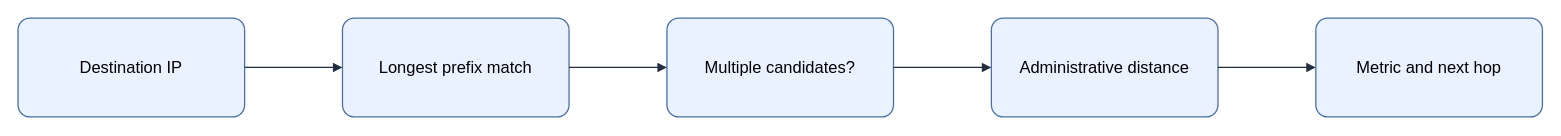
This is assets/img/network/route-selection-order.drawio from KKamJi98/kkamji98.github.io, a draw.io file, before an edit. Source tidied: cells renumbered, new cells numbered last; positions are measured from the earlier drawing's top-left corner, leaving out a move shared by most shapes. Both pictures are drawn from the tidied source at 103%, with x=0, y=0 at pixel (18, 18).
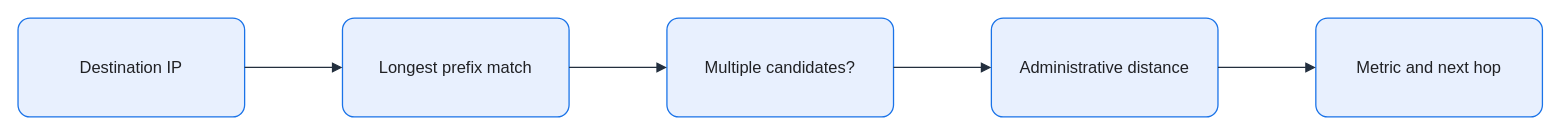
Above is the later version.

The edit, as a diff of the source:
```diff
@@
 <mxGraphModel background="#FFFFFF">
   <root>
     <mxCell id="0" />
     <mxCell id="1" parent="0" />
-    <mxCell id="2" value="Destination IP" style="rounded=1;arcSize=12;whiteSpace=wrap;html=0;fillColor=#EAF2FF;strokeColor=#4A6FA5;strokeWidth=1.25;fontColor=#000000;fontSize=16;align=center;verticalAlign=middle;spacing=8;shadow=0;" parent="1" vertex="1">
+    <mxCell id="2" value="Destination IP" style="rounded=1;arcSize=12;whiteSpace=wrap;html=0;fillColor=#E8F0FE;strokeColor=#1A73E8;strokeWidth=1.25;fontColor=#202124;fontSize=16;align=center;verticalAlign=middle;spacing=8;shadow=0;" parent="1" vertex="1">
       <mxGeometry width="220" height="96" as="geometry" />
     </mxCell>
-    <mxCell id="3" value="Longest prefix match" style="rounded=1;arcSize=12;whiteSpace=wrap;html=0;fillColor=#EAF2FF;strokeColor=#4A6FA5;strokeWidth=1.25;fontColor=#000000;fontSize=16;align=center;verticalAlign=middle;spacing=8;shadow=0;" parent="1" vertex="1">
+    <mxCell id="3" value="Longest prefix match" style="rounded=1;arcSize=12;whiteSpace=wrap;html=0;fillColor=#E8F0FE;strokeColor=#1A73E8;strokeWidth=1.25;fontColor=#202124;fontSize=16;align=center;verticalAlign=middle;spacing=8;shadow=0;" parent="1" vertex="1">
       <mxGeometry x="315" width="220" height="96" as="geometry" />
     </mxCell>
-    <mxCell id="4" value="Multiple candidates?" style="rounded=1;arcSize=12;whiteSpace=wrap;html=0;fillColor=#EAF2FF;strokeColor=#4A6FA5;strokeWidth=1.25;fontColor=#000000;fontSize=16;align=center;verticalAlign=middle;spacing=8;shadow=0;" parent="1" vertex="1">
+    <mxCell id="4" value="Multiple candidates?" style="rounded=1;arcSize=12;whiteSpace=wrap;html=0;fillColor=#E8F0FE;strokeColor=#1A73E8;strokeWidth=1.25;fontColor=#202124;fontSize=16;align=center;verticalAlign=middle;spacing=8;shadow=0;" parent="1" vertex="1">
       <mxGeometry x="630" width="220" height="96" as="geometry" />
     </mxCell>
-    <mxCell id="5" value="Administrative distance" style="rounded=1;arcSize=12;whiteSpace=wrap;html=0;fillColor=#EAF2FF;strokeColor=#4A6FA5;strokeWidth=1.25;fontColor=#000000;fontSize=16;align=center;verticalAlign=middle;spacing=8;shadow=0;" parent="1" vertex="1">
+    <mxCell id="5" value="Administrative distance" style="rounded=1;arcSize=12;whiteSpace=wrap;html=0;fillColor=#E8F0FE;strokeColor=#1A73E8;strokeWidth=1.25;fontColor=#202124;fontSize=16;align=center;verticalAlign=middle;spacing=8;shadow=0;" parent="1" vertex="1">
       <mxGeometry x="945" width="220" height="96" as="geometry" />
     </mxCell>
-    <mxCell id="6" value="Metric and next hop" style="rounded=1;arcSize=12;whiteSpace=wrap;html=0;fillColor=#EAF2FF;strokeColor=#4A6FA5;strokeWidth=1.25;fontColor=#000000;fontSize=16;align=center;verticalAlign=middle;spacing=8;shadow=0;" parent="1" vertex="1">
+    <mxCell id="6" value="Metric and next hop" style="rounded=1;arcSize=12;whiteSpace=wrap;html=0;fillColor=#E8F0FE;strokeColor=#1A73E8;strokeWidth=1.25;fontColor=#202124;fontSize=16;align=center;verticalAlign=middle;spacing=8;shadow=0;" parent="1" vertex="1">
       <mxGeometry x="1260" width="220" height="96" as="geometry" />
     </mxCell>
-    <mxCell id="7" style="edgeStyle=orthogonalEdgeStyle;rounded=0;jettySize=auto;html=0;endArrow=block;endFill=1;strokeColor=#232F3E;strokeWidth=1.25;fontColor=#000000;labelBackgroundColor=none;exitX=1;exitY=0.5;exitDx=0;exitDy=0;entryX=0;entryY=0.5;entryDx=0;entryDy=0;" parent="1" edge="1" source="2" target="3">
+    <mxCell id="7" style="edgeStyle=orthogonalEdgeStyle;rounded=0;jettySize=auto;html=0;endArrow=block;endFill=1;strokeColor=#232F3E;strokeWidth=1.25;fontColor=#202124;labelBackgroundColor=none;exitX=1;exitY=0.5;exitDx=0;exitDy=0;entryX=0;entryY=0.5;entryDx=0;entryDy=0;endSize=7;" parent="1" edge="1" source="2" target="3">
       <mxGeometry relative="1" as="geometry" />
     </mxCell>
-    <mxCell id="8" style="edgeStyle=orthogonalEdgeStyle;rounded=0;jettySize=auto;html=0;endArrow=block;endFill=1;strokeColor=#232F3E;strokeWidth=1.25;fontColor=#000000;labelBackgroundColor=none;exitX=1;exitY=0.5;exitDx=0;exitDy=0;entryX=0;entryY=0.5;entryDx=0;entryDy=0;" parent="1" edge="1" source="3" target="4">
+    <mxCell id="8" style="edgeStyle=orthogonalEdgeStyle;rounded=0;jettySize=auto;html=0;endArrow=block;endFill=1;strokeColor=#232F3E;strokeWidth=1.25;fontColor=#202124;labelBackgroundColor=none;exitX=1;exitY=0.5;exitDx=0;exitDy=0;entryX=0;entryY=0.5;entryDx=0;entryDy=0;endSize=7;" parent="1" edge="1" source="3" target="4">
       <mxGeometry relative="1" as="geometry" />
     </mxCell>
-    <mxCell id="9" style="edgeStyle=orthogonalEdgeStyle;rounded=0;jettySize=auto;html=0;endArrow=block;endFill=1;strokeColor=#232F3E;strokeWidth=1.25;fontColor=#000000;labelBackgroundColor=none;exitX=1;exitY=0.5;exitDx=0;exitDy=0;entryX=0;entryY=0.5;entryDx=0;entryDy=0;" parent="1" edge="1" source="4" target="5">
+    <mxCell id="9" style="edgeStyle=orthogonalEdgeStyle;rounded=0;jettySize=auto;html=0;endArrow=block;endFill=1;strokeColor=#232F3E;strokeWidth=1.25;fontColor=#202124;labelBackgroundColor=none;exitX=1;exitY=0.5;exitDx=0;exitDy=0;entryX=0;entryY=0.5;entryDx=0;entryDy=0;endSize=7;" parent="1" edge="1" source="4" target="5">
       <mxGeometry relative="1" as="geometry" />
     </mxCell>
-    <mxCell id="10" style="edgeStyle=orthogonalEdgeStyle;rounded=0;jettySize=auto;html=0;endArrow=block;endFill=1;strokeColor=#232F3E;strokeWidth=1.25;fontColor=#000000;labelBackgroundColor=none;exitX=1;exitY=0.5;exitDx=0;exitDy=0;entryX=0;entryY=0.5;entryDx=0;entryDy=0;" parent="1" edge="1" source="5" target="6">
+    <mxCell id="10" style="edgeStyle=orthogonalEdgeStyle;rounded=0;jettySize=auto;html=0;endArrow=block;endFill=1;strokeColor=#232F3E;strokeWidth=1.25;fontColor=#202124;labelBackgroundColor=none;exitX=1;exitY=0.5;exitDx=0;exitDy=0;entryX=0;entryY=0.5;entryDx=0;entryDy=0;endSize=7;" parent="1" edge="1" source="5" target="6">
       <mxGeometry relative="1" as="geometry" />
     </mxCell>
   </root>
 </mxGraphModel>
```
